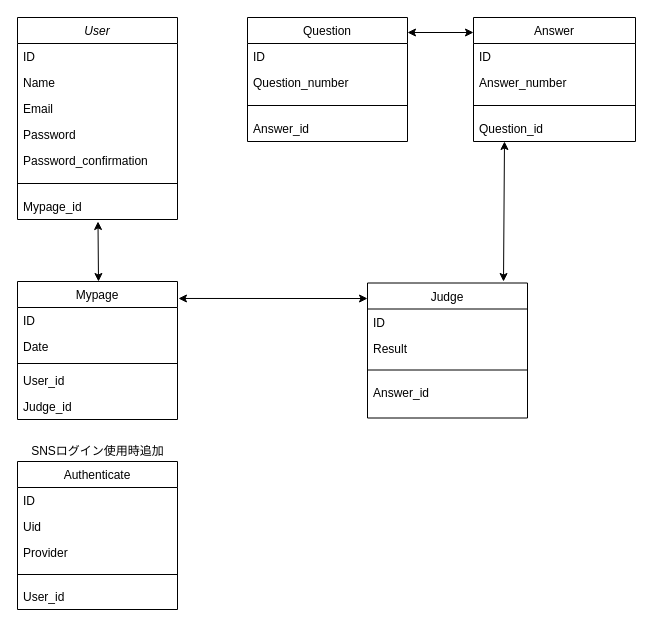
Above: ER図.drawio in kyohei-917/meat_head (draw.io), before the change. Source tidied: cells renumbered, new cells numbered last; positions are measured from the earlier drawing's top-left corner, leaving out a move shared by most shapes. Both pictures are drawn from the tidied source at 100%, with x=0, y=0 at pixel (17, 17).
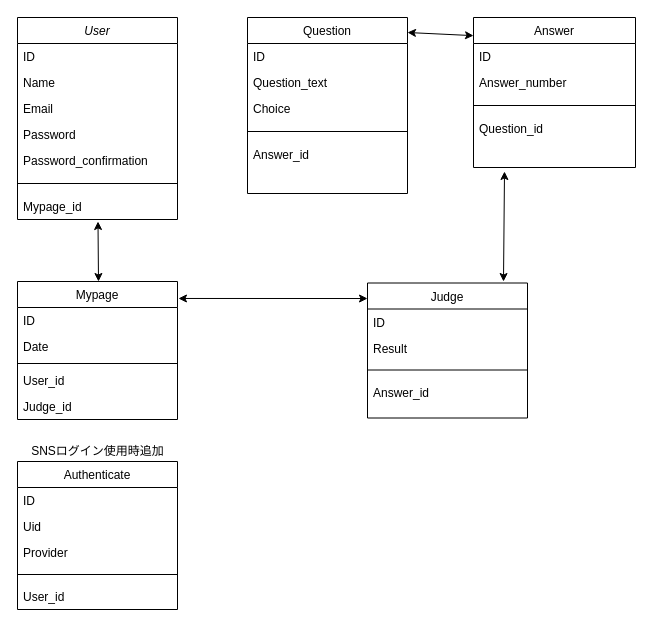
Above is the later version.

Unchanged cells that the change refers to:
```xml
<mxCell id="10" value="Judge" style="swimlane;fontStyle=0;align=center;verticalAlign=top;horizontal=1;startSize=26;rounded=0;shadow=0;strokeWidth=1;" parent="1" vertex="1">
  <mxGeometry x="350" y="265.5" width="160" height="135" as="geometry" />
</mxCell>
```

The edit, as a diff of the source:
```diff
@@
     <mxCell id="21" value="Question" style="swimlane;fontStyle=0;align=center;verticalAlign=top;horizontal=1;startSize=26;rounded=0;shadow=0;strokeWidth=1;" parent="1" vertex="1">
-      <mxGeometry x="230" width="160" height="124" as="geometry" />
+      <mxGeometry x="230" width="160" height="176" as="geometry" />
     </mxCell>
@@
-    <mxCell id="23" value="Question_number" style="text;align=left;verticalAlign=top;spacingLeft=4;spacingRight=4;overflow=hidden;rounded=0;shadow=0;html=0;" parent="21" vertex="1">
+    <mxCell id="23" value="Question_text" style="text;align=left;verticalAlign=top;spacingLeft=4;spacingRight=4;overflow=hidden;rounded=0;shadow=0;html=0;" parent="21" vertex="1">
       <mxGeometry y="52" width="160" height="26" as="geometry" />
     </mxCell>
+    <mxCell id="42" value="Choice" style="text;align=left;verticalAlign=top;spacingLeft=4;spacingRight=4;overflow=hidden;rounded=0;shadow=0;html=0;" parent="21" vertex="1">
+      <mxGeometry y="78" width="160" height="26" as="geometry" />
+    </mxCell>
     <mxCell id="24" style="line;html=1;strokeWidth=1;align=left;verticalAlign=middle;spacingTop=-1;spacingLeft=3;spacingRight=3;labelPosition=right;" parent="21" vertex="1">
-      <mxGeometry y="78" width="160" height="20" as="geometry" />
+      <mxGeometry y="104" width="160" height="20" as="geometry" />
     </mxCell>
     <mxCell id="25" value="Answer_id" style="text;align=left;verticalAlign=top;spacingLeft=4;spacingRight=4;overflow=hidden;" parent="21" vertex="1">
-      <mxGeometry y="98" width="160" height="26" as="geometry" />
+      <mxGeometry y="124" width="160" height="26" as="geometry" />
     </mxCell>
     <mxCell id="26" value="Answer" style="swimlane;fontStyle=0;align=center;verticalAlign=top;horizontal=1;startSize=26;rounded=0;shadow=0;strokeWidth=1;" parent="1" vertex="1">
-      <mxGeometry x="456" width="162" height="124" as="geometry" />
+      <mxGeometry x="456" width="162" height="150" as="geometry" />
     </mxCell>
@@
     <mxCell id="32" style="endArrow=classic;startArrow=classic;html=1;exitX=0.85;exitY=-0.011;exitDx=0;exitDy=0;exitPerimeter=0;" parent="1" edge="1" source="10">
       <mxGeometry relative="1" as="geometry">
-        <mxPoint x="487" y="124" as="targetPoint" />
+        <mxPoint x="487" y="154" as="targetPoint" />
       </mxGeometry>
     </mxCell>
```
